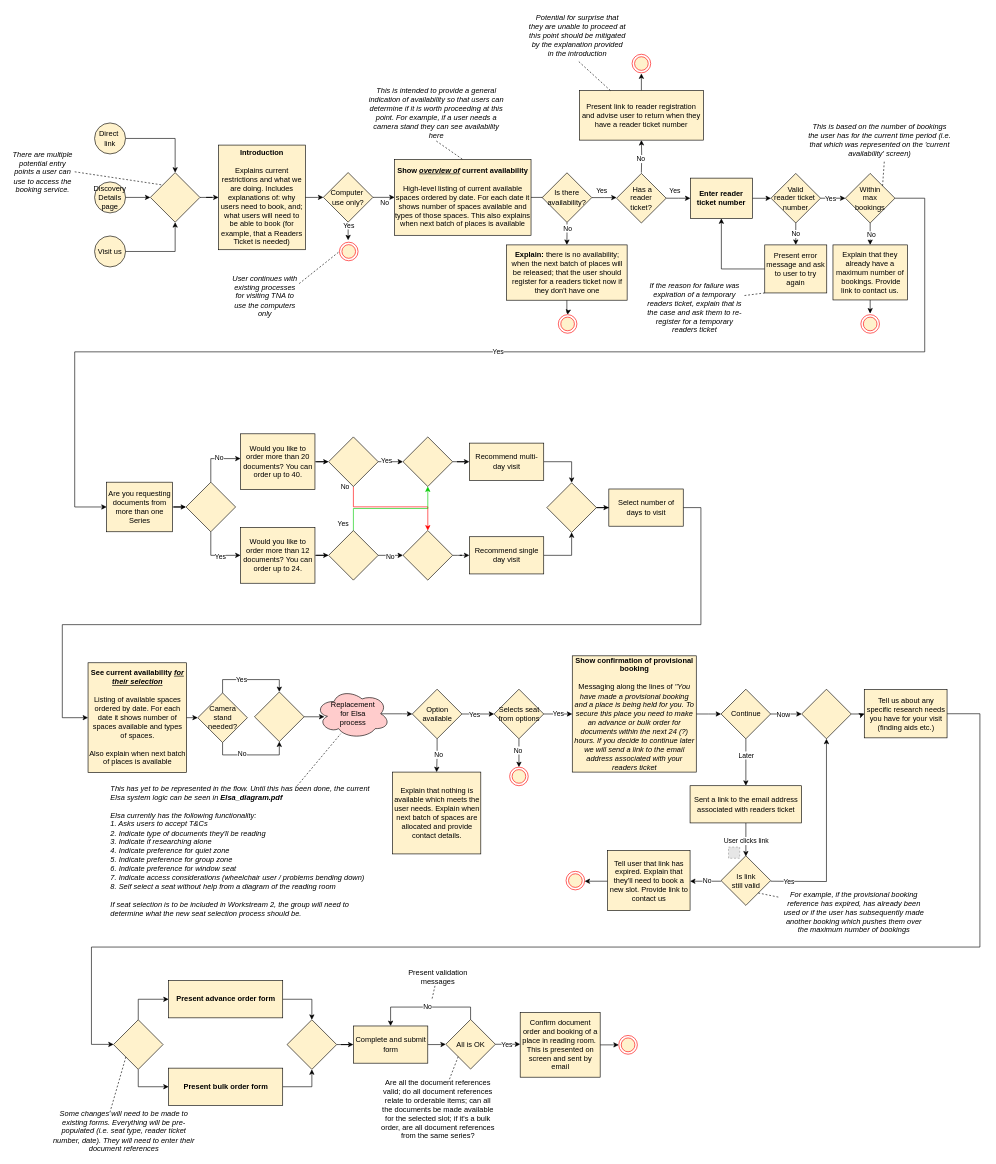
Above: iterations/0.0.6.drawio in nationalarchives/ds-booking-experience (draw.io), before the change. Source tidied: cells renumbered, new cells numbered last; positions are measured from the earlier drawing's top-left corner, leaving out a move shared by most shapes. Both pictures are drawn from the tidied source at 62%, with x=0, y=0 at pixel (11, 11). Pictures stored in the file or linked from it are replaced by grey dashed boxes.
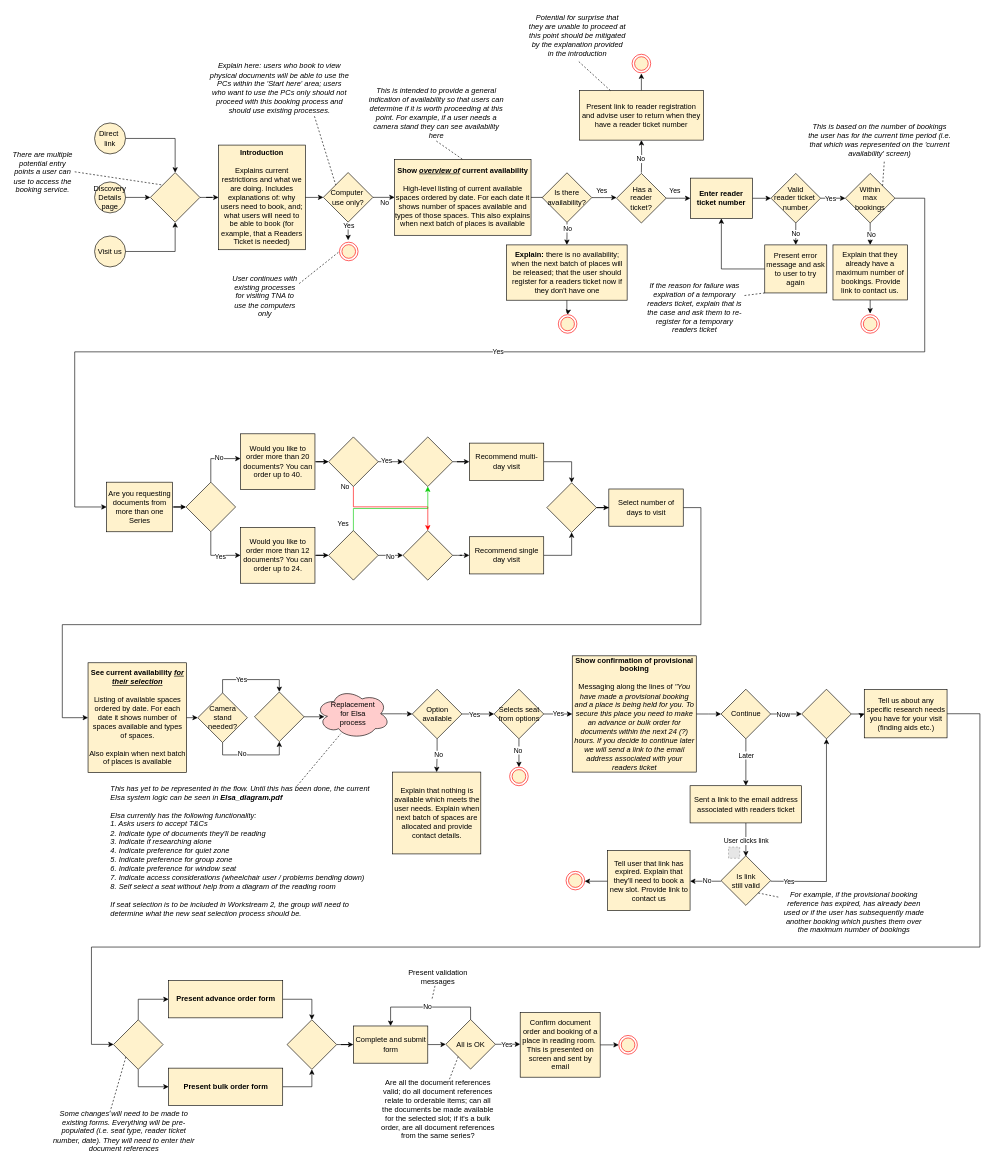
Above is the later version.

Commit message (it also covers changes not shown here):
Update diagram and wireframe to reflect PC use

The change refers to these unchanged cells:
```xml
<mxCell id="116" value="Computer&amp;nbsp;&lt;br&gt;use only?" style="rhombus;whiteSpace=wrap;html=1;fillColor=#FFF2CC;" parent="1" vertex="1">
  <mxGeometry x="504" y="260.8" width="80" height="80" as="geometry" />
</mxCell>
```

What changed in the source:
```diff
@@
+    <mxCell id="168" value="Explain here: users who book to view physical documents will be able to use the PCs within the 'Start here' area; users who want to use the PCs only should not proceed with this booking process and should use existing processes." style="text;html=1;strokeColor=none;fillColor=none;align=center;verticalAlign=middle;whiteSpace=wrap;rounded=0;fontStyle=2;" parent="1" vertex="1">
+      <mxGeometry x="319.8" y="80" width="226.5" height="90" as="geometry" />
+    </mxCell>
+    <mxCell id="169" style="endArrow=none;dashed=1;html=1;exitX=0.75;exitY=1;exitDx=0;exitDy=0;entryX=0;entryY=0;entryDx=0;entryDy=0;fillColor=#FFF2CC;" parent="1" edge="1" source="168" target="116">
+      <mxGeometry relative="1" as="geometry" />
+    </mxCell>
```
